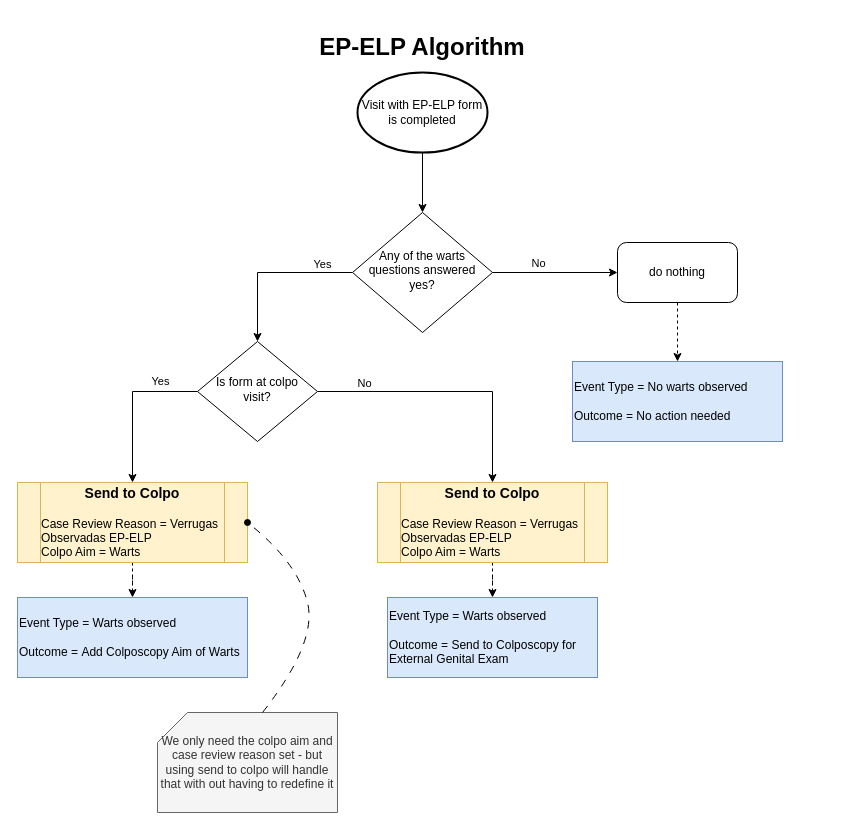
Before: EP-ELP algorithm.drawio in stealthv/aurora-algorithms, a draw.io diagram. Source tidied: cells renumbered, new cells numbered last; positions are measured from the earlier drawing's top-left corner, leaving out a move shared by most shapes. Both pictures are drawn from the tidied source at 100%, with x=0, y=0 at pixel (17, 32).
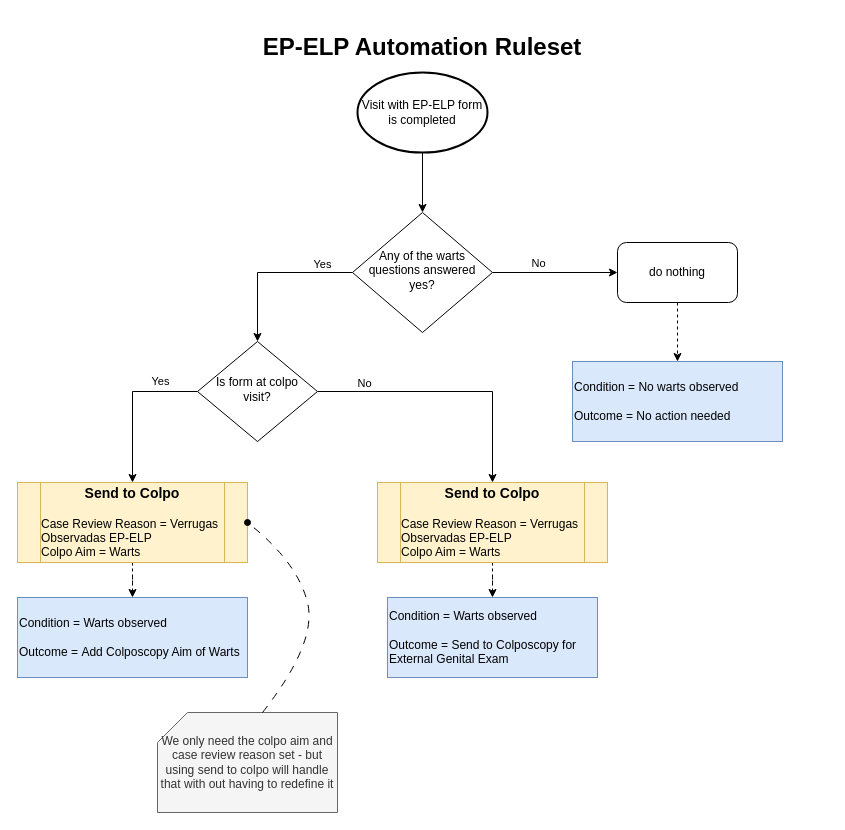
After the change.

Commit message:
Update EP-ELP terminology

The edit, as a diff of the source:
```diff
@@
-    <mxCell id="14" value="Event Type = No warts observed&lt;div&gt;&lt;span style=&quot;&quot;&gt;&lt;br&gt;&lt;/span&gt;&lt;/div&gt;&lt;div&gt;&lt;span style=&quot;&quot;&gt;Outcome = No action needed&lt;/span&gt;&lt;/div&gt;" style="rounded=0;whiteSpace=wrap;html=1;align=left;labelBackgroundColor=none;fillColor=#dae8fc;strokeColor=#6c8ebf;" parent="1" vertex="1">
+    <mxCell id="14" value="Condition = No warts observed&lt;div&gt;&lt;span style=&quot;&quot;&gt;&lt;br&gt;&lt;/span&gt;&lt;/div&gt;&lt;div&gt;&lt;span style=&quot;&quot;&gt;Outcome = No action needed&lt;/span&gt;&lt;/div&gt;" style="rounded=0;whiteSpace=wrap;html=1;align=left;labelBackgroundColor=none;fillColor=#dae8fc;strokeColor=#6c8ebf;" parent="1" vertex="1">
       <mxGeometry x="555" y="329" width="210" height="80" as="geometry" />
     </mxCell>
@@
-    <mxCell id="17" value="Event Type = Warts observed&lt;div&gt;&lt;span style=&quot;&quot;&gt;&lt;br&gt;&lt;/span&gt;&lt;/div&gt;&lt;div&gt;&lt;span style=&quot;&quot;&gt;Outcome =&amp;nbsp;&lt;/span&gt;Send to Colposcopy for External Genital Exam&lt;/div&gt;" style="rounded=0;whiteSpace=wrap;html=1;align=left;labelBackgroundColor=none;fillColor=#dae8fc;strokeColor=#6c8ebf;" parent="1" vertex="1">
+    <mxCell id="17" value="Condition = Warts observed&lt;div&gt;&lt;span style=&quot;&quot;&gt;&lt;br&gt;&lt;/span&gt;&lt;/div&gt;&lt;div&gt;&lt;span style=&quot;&quot;&gt;Outcome =&amp;nbsp;&lt;/span&gt;Send to Colposcopy for External Genital Exam&lt;/div&gt;" style="rounded=0;whiteSpace=wrap;html=1;align=left;labelBackgroundColor=none;fillColor=#dae8fc;strokeColor=#6c8ebf;" parent="1" vertex="1">
       <mxGeometry x="370" y="565" width="210" height="80" as="geometry" />
     </mxCell>
@@
-    <mxCell id="20" value="Event Type = Warts observed&lt;div&gt;&lt;span style=&quot;&quot;&gt;&lt;br&gt;&lt;/span&gt;&lt;/div&gt;&lt;div&gt;&lt;span style=&quot;&quot;&gt;Outcome =&amp;nbsp;&lt;/span&gt;Add Colposcopy Aim of Warts&lt;/div&gt;" style="rounded=0;whiteSpace=wrap;html=1;align=left;labelBackgroundColor=none;fillColor=#dae8fc;strokeColor=#6c8ebf;" parent="1" vertex="1">
+    <mxCell id="20" value="Condition = Warts observed&lt;div&gt;&lt;span style=&quot;&quot;&gt;&lt;br&gt;&lt;/span&gt;&lt;/div&gt;&lt;div&gt;&lt;span style=&quot;&quot;&gt;Outcome =&amp;nbsp;&lt;/span&gt;Add Colposcopy Aim of Warts&lt;/div&gt;" style="rounded=0;whiteSpace=wrap;html=1;align=left;labelBackgroundColor=none;fillColor=#dae8fc;strokeColor=#6c8ebf;" parent="1" vertex="1">
       <mxGeometry y="565" width="230" height="80" as="geometry" />
     </mxCell>
@@
-    <mxCell id="23" value="&lt;h1&gt;EP-ELP Algorithm&lt;/h1&gt;" style="text;html=1;whiteSpace=wrap;strokeColor=none;fillColor=none;align=center;verticalAlign=middle;rounded=0;" parent="1" vertex="1">
+    <mxCell id="23" value="&lt;h1&gt;EP-ELP Automation Ruleset&lt;/h1&gt;" style="text;html=1;whiteSpace=wrap;strokeColor=none;fillColor=none;align=center;verticalAlign=middle;rounded=0;" parent="1" vertex="1">
       <mxGeometry width="810" height="30" as="geometry" />
     </mxCell>
```
